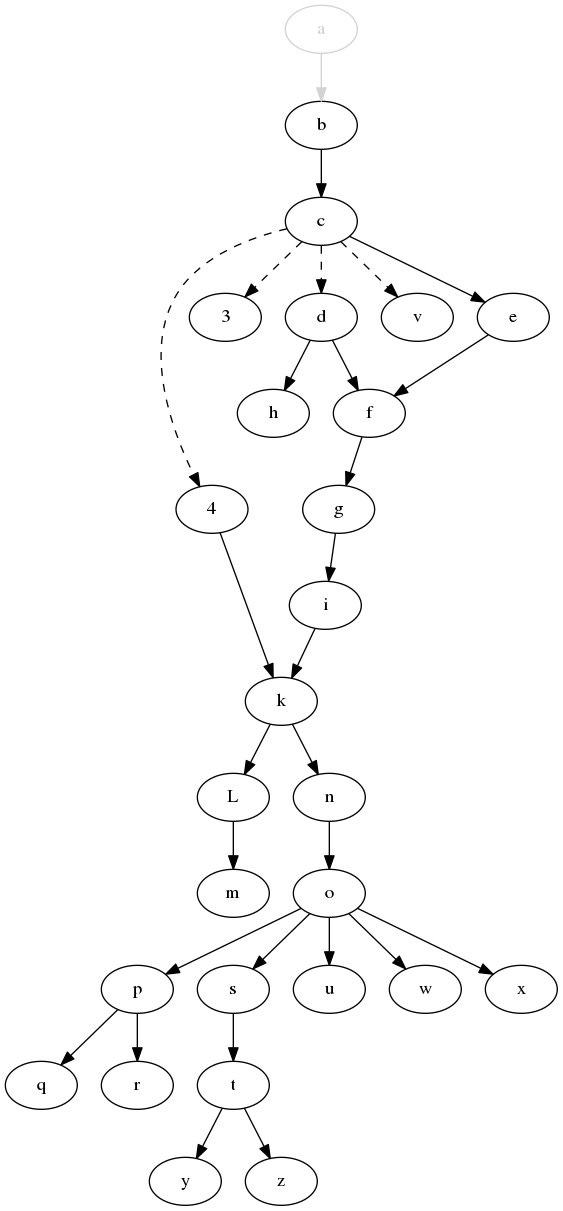
Before: svm-startup-deps.png, a diagram exported from Graphviz (jdmpapin/svm-startup-deps). Its source is kept beside it as svm-startup-deps.dot. Source of this version:
```dot
digraph {
    4;
    3;
    a [color=lightgrey,fontcolor=lightgrey];
    b;
    c;
    d;
    e;
    f;
    g;
    h;
    i;
    k;
    L;
    m;
    n;
    o;
    p;
    q;
    r;
    s;
    t;
    u;
    v;
    w;
    x;
    y;
    z;

    4 -> k;
    c -> 4 [style=dashed];
    c -> 3 [style=dashed];
    c -> d [style=dashed];
    c -> v [style=dashed];
    a -> b [color=lightgrey];
    b -> c;
    c -> e;
    d -> f;
    e -> f;
    f -> g;
    d -> h;
    g -> i;
    i -> k;
    k -> L;
    L -> m;
    k -> n;
    n -> o;
    o -> p;
    p -> q;
    p -> r;
    o -> s;
    s -> t;
    o -> u;
    o -> w;
    o -> x;
    t -> y;
    t -> z;
}
```
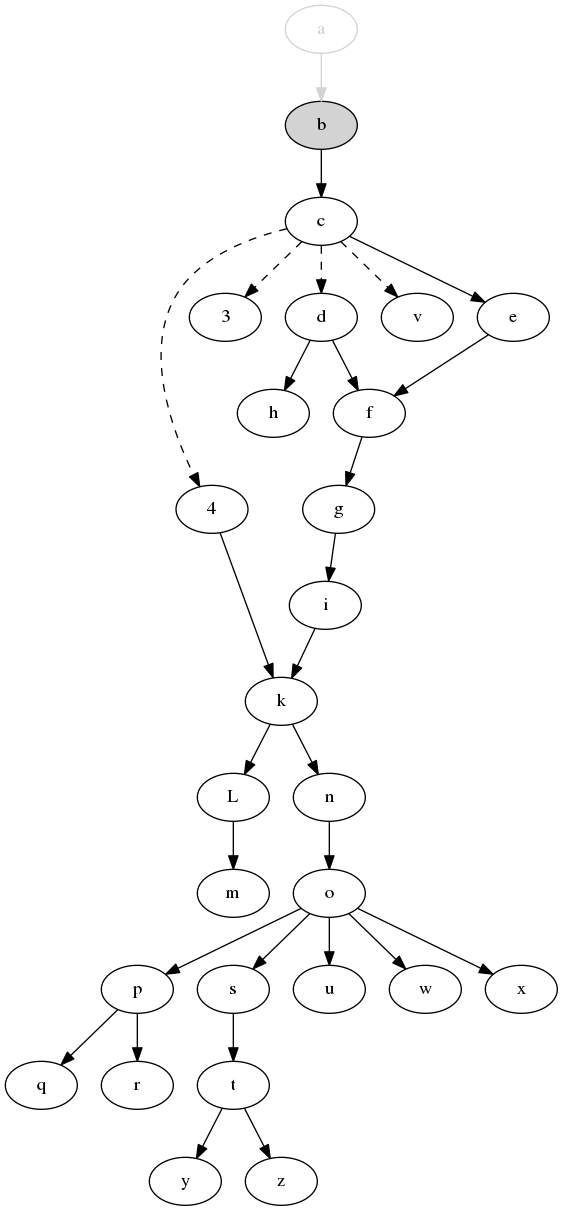
After the commit.

The edit, as a diff of the source:
```diff
@@ -2,7 +2,7 @@
     4;
     3;
     a [color=lightgrey,fontcolor=lightgrey];
-    b;
+    b [style=filled,fillcolor=lightgrey];
     c;
     d;
     e;
```
